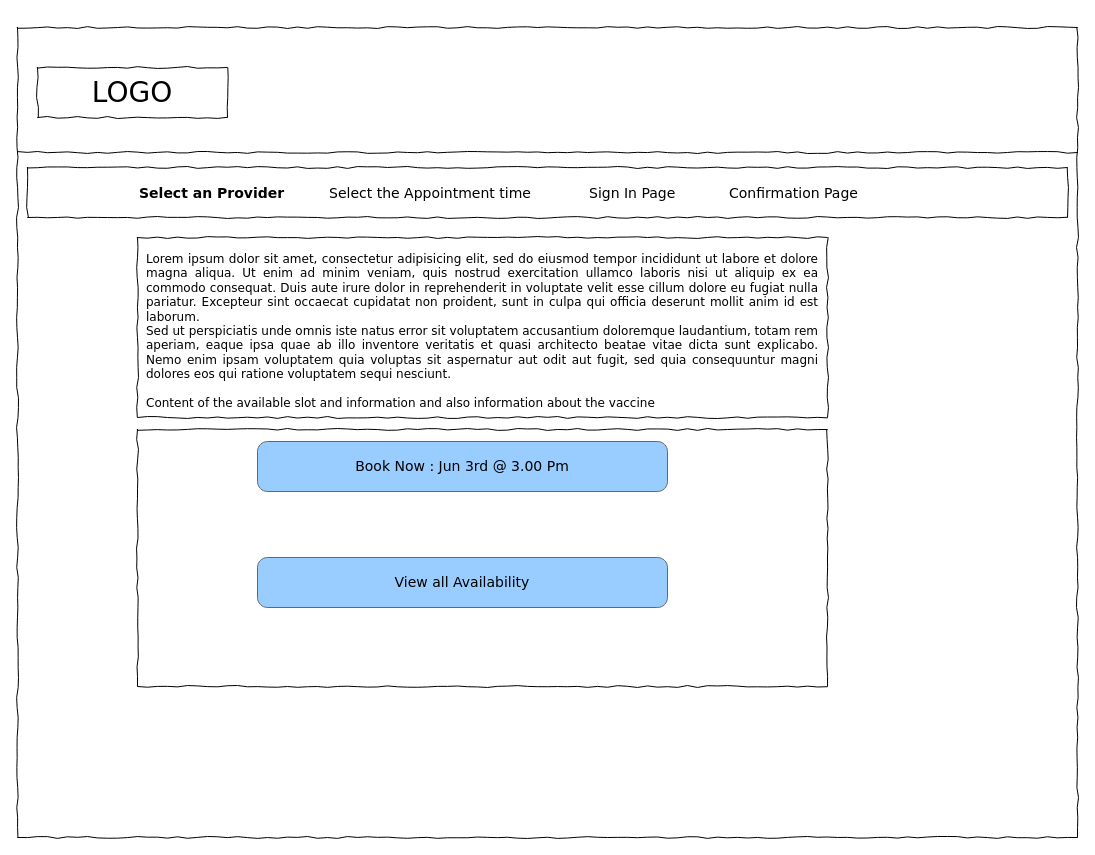
Above: Select an Provider.drawio in Janani-Manoharan/CovidDots (draw.io), before the change. Source tidied: cells renumbered, new cells numbered last; positions are measured from the earlier drawing's top-left corner, leaving out a move shared by most shapes. Both pictures are drawn from the tidied source at 100%, with x=0, y=0 at pixel (17, 27). Pictures stored in the file or linked from it are replaced by grey dashed boxes.
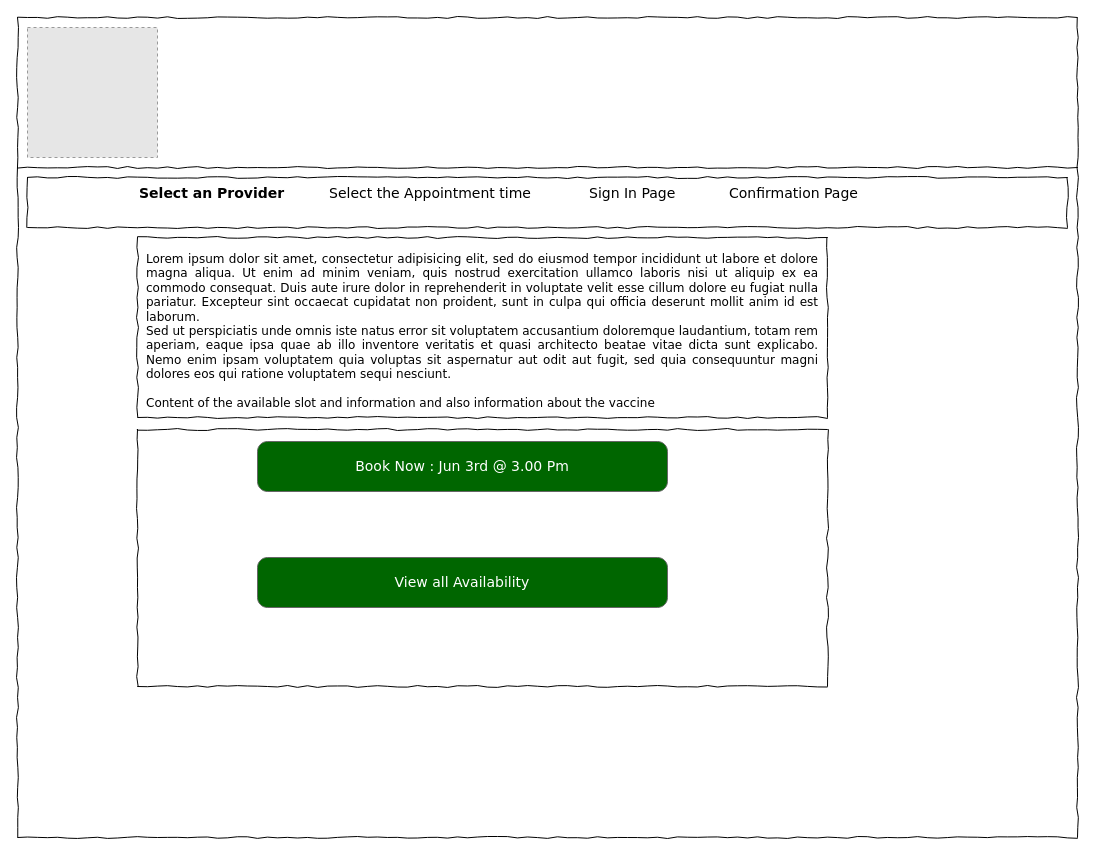
The same page after the edit.

What changed in the source:
```diff
@@
 <mxGraphModel>
   <root>
     <mxCell id="0" />
     <mxCell id="1" parent="0" />
     <mxCell id="2" style="whiteSpace=wrap;html=1;rounded=0;shadow=0;labelBackgroundColor=none;strokeColor=#000000;strokeWidth=1;fillColor=none;fontFamily=Verdana;fontSize=12;fontColor=#000000;align=center;comic=1;" parent="1" vertex="1">
-      <mxGeometry width="1060" height="810" as="geometry" />
+      <mxGeometry y="-10" width="1060" height="820" as="geometry" />
     </mxCell>
-    <mxCell id="3" value="LOGO" style="whiteSpace=wrap;html=1;rounded=0;shadow=0;labelBackgroundColor=none;strokeWidth=1;fontFamily=Verdana;fontSize=28;align=center;comic=1;" parent="1" vertex="1">
-      <mxGeometry x="20" y="40" width="190" height="50" as="geometry" />
-    </mxCell>
     <mxCell id="4" style="whiteSpace=wrap;html=1;rounded=0;shadow=0;labelBackgroundColor=none;strokeWidth=1;fillColor=none;fontFamily=Verdana;fontSize=12;align=center;comic=1;" parent="1" vertex="1">
       <mxGeometry x="120" y="402" width="690" height="257" as="geometry" />
     </mxCell>
     <mxCell id="5" style="line;strokeWidth=1;html=1;rounded=0;shadow=0;labelBackgroundColor=none;fillColor=none;fontFamily=Verdana;fontSize=14;fontColor=#000000;align=center;comic=1;" parent="1" vertex="1">
-      <mxGeometry y="120" width="1060" height="10" as="geometry" />
+      <mxGeometry y="120" width="1060" height="40" as="geometry" />
     </mxCell>
     <mxCell id="6" style="whiteSpace=wrap;html=1;rounded=0;shadow=0;labelBackgroundColor=none;strokeWidth=1;fillColor=none;fontFamily=Verdana;fontSize=12;align=center;comic=1;" parent="1" vertex="1">
-      <mxGeometry x="10" y="140" width="1040" height="50" as="geometry" />
+      <mxGeometry x="10" y="150" width="1040" height="50" as="geometry" />
     </mxCell>
     <mxCell id="7" value="&lt;b&gt;Select an Provider&amp;nbsp;&lt;/b&gt;" style="text;html=1;align=left;verticalAlign=top;spacingTop=-4;fontSize=14;fontFamily=Verdana;" parent="1" vertex="1">
       <mxGeometry x="120" y="155" width="60" height="20" as="geometry" />
     </mxCell>
     <mxCell id="8" value="&lt;div style=&quot;text-align: justify&quot;&gt;&lt;span&gt;Lorem ipsum dolor sit amet, consectetur adipisicing elit, sed do eiusmod tempor incididunt ut labore et dolore magna aliqua. Ut enim ad minim veniam, quis nostrud exercitation ullamco laboris nisi ut aliquip ex ea commodo consequat. Duis aute irure dolor in reprehenderit in voluptate velit esse cillum dolore eu fugiat nulla pariatur. Excepteur sint occaecat cupidatat non proident, sunt in culpa qui officia deserunt mollit anim id est laborum.&lt;/span&gt;&lt;/div&gt;&lt;div style=&quot;text-align: justify&quot;&gt;&lt;span&gt;Sed ut perspiciatis unde omnis iste natus error sit voluptatem accusantium doloremque laudantium, totam rem aperiam, eaque ipsa quae ab illo inventore veritatis et quasi architecto beatae vitae dicta sunt explicabo. Nemo enim ipsam voluptatem quia voluptas sit aspernatur aut odit aut fugit, sed quia consequuntur magni dolores eos qui ratione voluptatem sequi nesciunt.&amp;nbsp;&lt;/span&gt;&lt;/div&gt;&lt;div style=&quot;text-align: justify&quot;&gt;&lt;span&gt;&lt;br&gt;&lt;/span&gt;&lt;/div&gt;&lt;div style=&quot;text-align: justify&quot;&gt;&lt;span&gt;Content of the available slot and information and also information about the vaccine&lt;/span&gt;&lt;/div&gt;" style="whiteSpace=wrap;html=1;rounded=0;shadow=0;labelBackgroundColor=none;strokeWidth=1;fillColor=none;fontFamily=Verdana;fontSize=12;align=center;verticalAlign=top;spacing=10;comic=1;" parent="1" vertex="1">
       <mxGeometry x="120" y="210" width="690" height="180" as="geometry" />
     </mxCell>
     <mxCell id="9" value="Select the Appointment time" style="text;html=1;align=left;verticalAlign=top;spacingTop=-4;fontSize=14;fontFamily=Verdana;" parent="1" vertex="1">
       <mxGeometry x="310" y="155" width="60" height="20" as="geometry" />
     </mxCell>
     <mxCell id="10" value="Sign In Page" style="text;html=1;align=left;verticalAlign=top;spacingTop=-4;fontSize=14;fontFamily=Verdana;" parent="1" vertex="1">
       <mxGeometry x="570" y="155" width="60" height="20" as="geometry" />
     </mxCell>
     <mxCell id="11" value="Confirmation Page" style="text;html=1;align=left;verticalAlign=top;spacingTop=-4;fontSize=14;fontFamily=Verdana;" parent="1" vertex="1">
       <mxGeometry x="710" y="155" width="60" height="20" as="geometry" />
     </mxCell>
-    <mxCell id="12" value="&lt;span style=&quot;color: rgb(0 , 0 , 0) ; font-family: &amp;#34;verdana&amp;#34; ; font-size: 14px ; font-weight: 400 ; text-align: left&quot;&gt;Book Now : Jun 3rd @ 3.00 Pm&lt;/span&gt;" style="strokeWidth=1;shadow=0;dashed=0;align=center;html=1;shape=mxgraph.mockup.buttons.button;strokeColor=#666666;fontColor=#ffffff;mainText=;buttonStyle=round;fontSize=17;fontStyle=1;whiteSpace=wrap;fillColor=#99CCFF;" parent="1" vertex="1">
+    <mxCell id="12" value="&lt;span style=&quot;font-family: verdana; font-size: 14px; font-weight: 400; text-align: left;&quot;&gt;Book Now : Jun 3rd @ 3.00 Pm&lt;/span&gt;" style="strokeWidth=1;shadow=0;dashed=0;align=center;html=1;shape=mxgraph.mockup.buttons.button;strokeColor=#666666;mainText=;buttonStyle=round;fontSize=17;fontStyle=1;whiteSpace=wrap;fillColor=#006600;fontColor=#FFFFFF;" parent="1" vertex="1">
       <mxGeometry x="240" y="414" width="410" height="50" as="geometry" />
     </mxCell>
-    <mxCell id="13" value="&lt;span style=&quot;color: rgb(0 , 0 , 0) ; font-family: &amp;#34;verdana&amp;#34; ; font-size: 14px ; font-weight: 400 ; text-align: left&quot;&gt;View all Availability&lt;/span&gt;" style="strokeWidth=1;shadow=0;dashed=0;align=center;html=1;shape=mxgraph.mockup.buttons.button;strokeColor=#666666;fontColor=#ffffff;mainText=;buttonStyle=round;fontSize=17;fontStyle=1;whiteSpace=wrap;fillColor=#99CCFF;" parent="1" vertex="1">
+    <mxCell id="13" value="&lt;span style=&quot;font-family: verdana; font-size: 14px; font-weight: 400; text-align: left;&quot;&gt;View all Availability&lt;/span&gt;" style="strokeWidth=1;shadow=0;dashed=0;align=center;html=1;shape=mxgraph.mockup.buttons.button;strokeColor=#666666;mainText=;buttonStyle=round;fontSize=17;fontStyle=1;whiteSpace=wrap;fontColor=#FFFFFF;fillColor=#006600;" parent="1" vertex="1">
       <mxGeometry x="240" y="530" width="410" height="50" as="geometry" />
     </mxCell>
+    <mxCell id="14" style="fillColor=#E6E6E6;strokeColor=#999999;dashed=1;verticalLabelPosition=bottom;verticalAlign=top;" parent="1" vertex="1">
+      <mxGeometry x="10" width="130" height="130" as="geometry" />
+    </mxCell>
   </root>
 </mxGraphModel>
```
